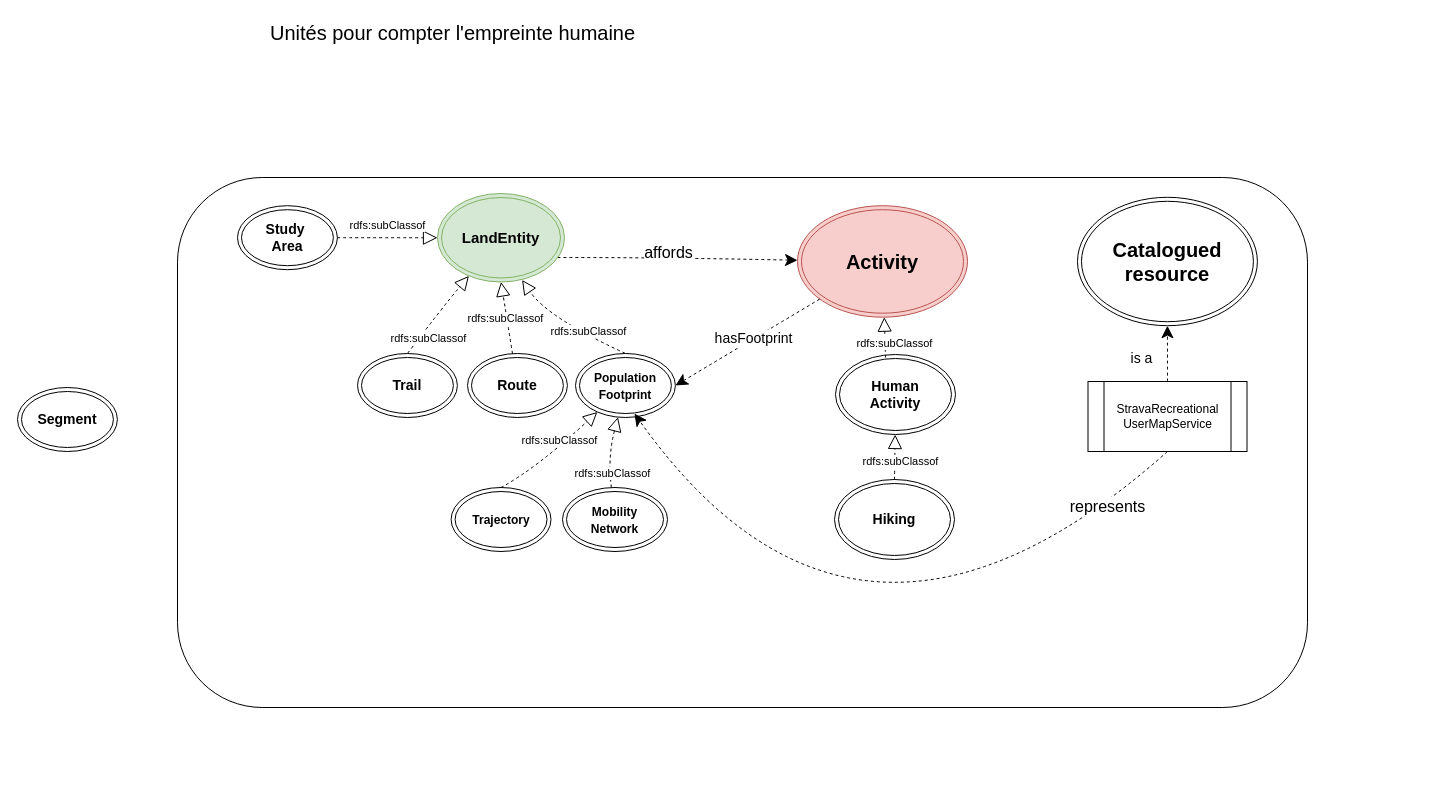
Before: page "figure 6" (6 of 6) of docs/diagrams/model_KG_article_long.drawio in IntForOut/outdoorPressure, a draw.io diagram. Source tidied: cells renumbered, new cells numbered last; positions are measured from the earlier drawing's top-left corner, leaving out a move shared by most shapes. Both pictures are drawn from the tidied source at 100%, with x=0, y=0 at pixel (17, 17).
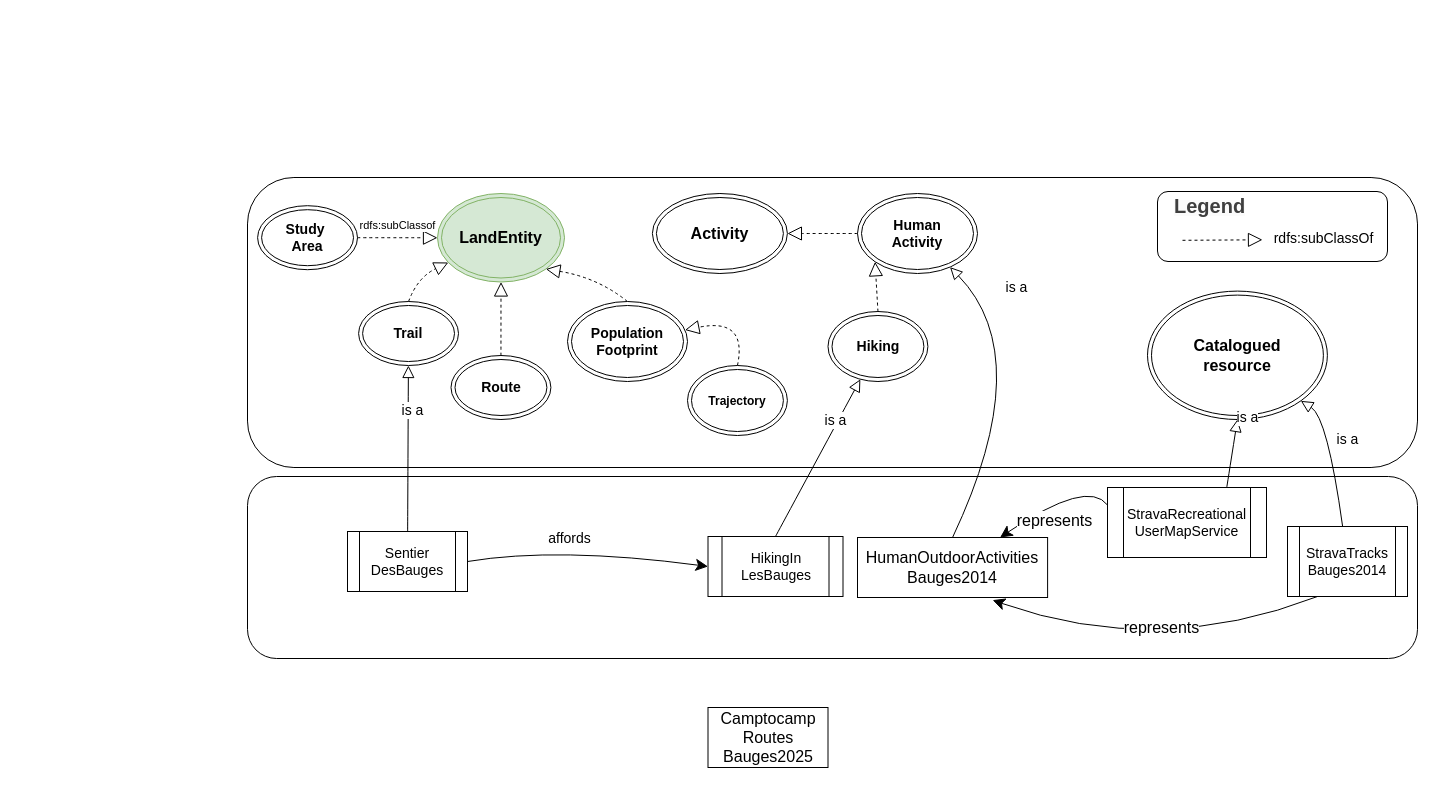
After the change.

Commit message:
Mettre à jour model_KG_article_long.drawio

The change refers to these unchanged cells:
```xml
<mxCell id="18" style="edgeStyle=none;html=1;rounded=0;curved=1;dashed=1;endArrow=block;endFill=0;endSize=12;entryX=0.5;entryY=1;entryDx=0;entryDy=0;" parent="1" edge="1" source="17" target="6">
  <mxGeometry relative="1" as="geometry" />
</mxCell>
```

The edit, as a diff of the source:
```diff
@@
+    <mxCell id="42" style="rounded=1;whiteSpace=wrap;html=1;fillColor=default;arcSize=16;" parent="1" vertex="1">
+      <mxGeometry x="230" y="459" width="1170" height="182" as="geometry" />
+    </mxCell>
     <mxCell id="2" style="rounded=1;whiteSpace=wrap;html=1;fillColor=default;arcSize=16;" parent="1" vertex="1">
-      <mxGeometry x="160" y="160" width="1130" height="530" as="geometry" />
+      <mxGeometry x="230" y="160" width="1170" height="290" as="geometry" />
     </mxCell>
     <mxCell id="3" value="&lt;b&gt;Human&lt;/b&gt;&lt;div&gt;&lt;b&gt;Activity&lt;/b&gt;&lt;/div&gt;" style="ellipse;shape=doubleEllipse;whiteSpace=wrap;html=1;fontSize=14;" parent="1" vertex="1">
-      <mxGeometry x="818" y="337" width="120" height="80" as="geometry" />
+      <mxGeometry x="840" y="176" width="120" height="80" as="geometry" />
     </mxCell>
-    <mxCell id="4" style="edgeStyle=none;html=1;rounded=0;curved=1;dashed=1;endSize=10;" parent="1" edge="1" target="7">
-      <mxGeometry relative="1" as="geometry">
-        <mxPoint x="540" y="240" as="sourcePoint" />
-        <Array as="points">
-          <mxPoint x="650" y="240" />
-        </Array>
-      </mxGeometry>
-    </mxCell>
-    <mxCell id="5" value="&lt;font style=&quot;font-size: 16px;&quot;&gt;&lt;span style=&quot;color: rgb(0, 0, 0);&quot;&gt;affords&lt;/span&gt;&lt;/font&gt;" style="edgeLabel;html=1;align=center;verticalAlign=middle;fontSize=14;" parent="4" vertex="1">
-      <mxGeometry x="0.04" y="11" relative="1" as="geometry">
-        <mxPoint x="-15" y="5" as="offset" />
-      </mxGeometry>
-    </mxCell>
-    <mxCell id="6" value="&lt;b&gt;&lt;font style=&quot;font-size: 15px;&quot;&gt;LandEntity&lt;/font&gt;&lt;/b&gt;" style="ellipse;shape=doubleEllipse;whiteSpace=wrap;html=1;fontSize=14;fillColor=#d5e8d4;strokeColor=#82b366;" parent="1" vertex="1">
+    <mxCell id="6" value="&lt;font style=&quot;font-size: 16px;&quot;&gt;&lt;b&gt;&lt;font&gt;LandEntity&lt;/font&gt;&lt;/b&gt;&lt;/font&gt;" style="ellipse;shape=doubleEllipse;whiteSpace=wrap;html=1;fontSize=14;fillColor=#d5e8d4;strokeColor=#82b366;" parent="1" vertex="1">
       <mxGeometry x="420" y="176" width="127" height="88.5" as="geometry" />
     </mxCell>
-    <mxCell id="7" value="&lt;b&gt;&lt;font style=&quot;font-size: 20px;&quot;&gt;Activity&lt;/font&gt;&lt;/b&gt;" style="ellipse;shape=doubleEllipse;whiteSpace=wrap;html=1;fontSize=14;fillColor=#f8cecc;strokeColor=#b85450;" parent="1" vertex="1">
-      <mxGeometry x="780" y="188.2" width="170" height="111.5" as="geometry" />
+    <mxCell id="7" value="&lt;font style=&quot;font-size: 16px;&quot;&gt;&lt;b&gt;&lt;font&gt;Activity&lt;/font&gt;&lt;/b&gt;&lt;/font&gt;" style="ellipse;shape=doubleEllipse;whiteSpace=wrap;html=1;fontSize=14;" parent="1" vertex="1">
+      <mxGeometry x="634.9" y="176" width="135" height="80" as="geometry" />
     </mxCell>
-    <mxCell id="8" style="edgeStyle=none;html=1;exitX=0.417;exitY=0.038;exitDx=0;exitDy=0;rounded=0;curved=1;dashed=1;endArrow=block;endFill=0;labelBackgroundColor=default;exitPerimeter=0;endSize=12;" parent="1" edge="1" source="3" target="7">
+    <mxCell id="8" style="edgeStyle=none;html=1;rounded=0;curved=1;dashed=1;endArrow=block;endFill=0;labelBackgroundColor=default;endSize=12;" parent="1" edge="1" source="3" target="7">
       <mxGeometry relative="1" as="geometry" />
     </mxCell>
-    <mxCell id="9" value="&lt;font&gt;rdfs:subClassof&lt;/font&gt;" style="edgeLabel;html=1;align=center;verticalAlign=middle;fontSize=11;" parent="8" vertex="1">
-      <mxGeometry x="-0.3" y="4" relative="1" as="geometry">
-        <mxPoint x="13" y="-1" as="offset" />
-      </mxGeometry>
-    </mxCell>
-    <mxCell id="10" style="group;rounded=1;" parent="1" vertex="1">
-      <mxGeometry x="240" width="440" height="36.2" as="geometry" />
-    </mxCell>
-    <mxCell id="11" value="Unités pour compter l'empreinte humaine" style="text;html=1;whiteSpace=wrap;strokeColor=none;fillColor=none;align=left;verticalAlign=middle;rounded=0;fontSize=20;" parent="10" vertex="1">
-      <mxGeometry x="11.2" y="10.7" width="428.8" height="9" as="geometry" />
-    </mxCell>
-    <mxCell id="12" style="edgeStyle=none;html=1;rounded=0;curved=1;dashed=1;endArrow=block;endFill=0;exitX=0.5;exitY=0;exitDx=0;exitDy=0;entryX=0.666;entryY=0.977;entryDx=0;entryDy=0;entryPerimeter=0;endSize=12;" parent="1" edge="1" source="14" target="6">
+    <mxCell id="12" style="edgeStyle=none;html=1;rounded=0;curved=1;dashed=1;endArrow=block;endFill=0;exitX=0.5;exitY=0;exitDx=0;exitDy=0;entryX=1;entryY=1;entryDx=0;entryDy=0;endSize=12;" parent="1" edge="1" source="14" target="6">
       <mxGeometry relative="1" as="geometry">
         <Array as="points">
-          <mxPoint x="530" y="300" />
+          <mxPoint x="580" y="260" />
         </Array>
       </mxGeometry>
     </mxCell>
-    <mxCell id="13" value="&lt;font&gt;rdfs:subClassof&lt;/font&gt;" style="edgeLabel;html=1;align=center;verticalAlign=middle;fontSize=11;" parent="12" vertex="1">
-      <mxGeometry x="0.03" y="2" relative="1" as="geometry">
-        <mxPoint x="25" y="4" as="offset" />
-      </mxGeometry>
-    </mxCell>
-    <mxCell id="14" value="&lt;b&gt;&lt;font style=&quot;font-size: 12px;&quot;&gt;Population&lt;/font&gt;&lt;/b&gt;&lt;div&gt;&lt;b&gt;&lt;font style=&quot;font-size: 12px;&quot;&gt;Footprint&lt;/font&gt;&lt;/b&gt;&lt;/div&gt;" style="ellipse;shape=doubleEllipse;whiteSpace=wrap;html=1;fontSize=14;" parent="1" vertex="1">
-      <mxGeometry x="558" y="336" width="99.9" height="64" as="geometry" />
+    <mxCell id="14" value="&lt;font&gt;&lt;b&gt;&lt;font&gt;Population&lt;/font&gt;&lt;/b&gt;&lt;/font&gt;&lt;div&gt;&lt;font&gt;&lt;b&gt;&lt;font&gt;Footprint&lt;/font&gt;&lt;/b&gt;&lt;/font&gt;&lt;/div&gt;" style="ellipse;shape=doubleEllipse;whiteSpace=wrap;html=1;fontSize=14;" parent="1" vertex="1">
+      <mxGeometry x="550" y="284" width="120" height="80" as="geometry" />
     </mxCell>
-    <mxCell id="15" style="edgeStyle=none;html=1;entryX=1;entryY=0.5;entryDx=0;entryDy=0;dashed=1;rounded=0;curved=1;endSize=10;" parent="1" edge="1" source="7" target="14">
-      <mxGeometry relative="1" as="geometry" />
-    </mxCell>
-    <mxCell id="16" value="&lt;font style=&quot;font-size: 14px;&quot;&gt;hasFootprint&lt;/font&gt;" style="edgeLabel;html=1;align=center;verticalAlign=middle;" parent="15" vertex="1">
-      <mxGeometry x="-0.14" y="-1" relative="1" as="geometry">
-        <mxPoint x="-4" y="3" as="offset" />
-      </mxGeometry>
-    </mxCell>
     <mxCell id="17" value="&lt;b&gt;Route&lt;/b&gt;" style="ellipse;shape=doubleEllipse;whiteSpace=wrap;html=1;fontSize=14;" parent="1" vertex="1">
-      <mxGeometry x="450" y="336" width="99.9" height="64" as="geometry" />
+      <mxGeometry x="433.5" y="338" width="99.9" height="64" as="geometry" />
     </mxCell>
@@
-    <mxCell id="19" value="&lt;font&gt;rdfs:subClassof&lt;/font&gt;" style="edgeLabel;html=1;align=center;verticalAlign=middle;fontSize=11;" parent="18" vertex="1">
-      <mxGeometry x="0.03" y="2" relative="1" as="geometry">
-        <mxPoint y="1" as="offset" />
-      </mxGeometry>
-    </mxCell>
-    <mxCell id="20" value="&lt;div&gt;&lt;b&gt;Segment&lt;/b&gt;&lt;/div&gt;" style="ellipse;shape=doubleEllipse;whiteSpace=wrap;html=1;fontSize=14;" parent="1" vertex="1">
-      <mxGeometry y="370" width="99.9" height="64" as="geometry" />
-    </mxCell>
     <mxCell id="21" value="&lt;b&gt;Trail&lt;/b&gt;" style="ellipse;shape=doubleEllipse;whiteSpace=wrap;html=1;fontSize=14;" parent="1" vertex="1">
-      <mxGeometry x="340" y="336" width="99.9" height="64" as="geometry" />
+      <mxGeometry x="341.1" y="284" width="99.9" height="64" as="geometry" />
     </mxCell>
     <mxCell id="22" style="edgeStyle=none;html=1;rounded=0;curved=1;dashed=1;endArrow=block;endFill=0;endSize=12;exitX=0.5;exitY=0;exitDx=0;exitDy=0;" parent="1" edge="1" source="21" target="6">
       <mxGeometry relative="1" as="geometry">
         <Array as="points">
-          <mxPoint x="424.9" y="290" />
+          <mxPoint x="400" y="260" />
         </Array>
       </mxGeometry>
     </mxCell>
-    <mxCell id="23" value="&lt;font&gt;rdfs:subClassof&lt;/font&gt;" style="edgeLabel;html=1;align=center;verticalAlign=middle;fontSize=11;" parent="22" vertex="1">
-      <mxGeometry x="0.03" y="2" relative="1" as="geometry">
-        <mxPoint x="-9" y="26" as="offset" />
-      </mxGeometry>
-    </mxCell>
     <mxCell id="24" value="&lt;font style=&quot;font-size: 12px;&quot;&gt;&lt;b&gt;Trajectory&lt;/b&gt;&lt;/font&gt;" style="ellipse;shape=doubleEllipse;whiteSpace=wrap;html=1;fontSize=14;" parent="1" vertex="1">
-      <mxGeometry x="433.6" y="470" width="99.9" height="64" as="geometry" />
+      <mxGeometry x="670" y="348" width="99.9" height="70" as="geometry" />
     </mxCell>
-    <mxCell id="25" value="&lt;div&gt;&lt;font style=&quot;font-size: 12px;&quot;&gt;&lt;b&gt;Mobility&lt;/b&gt;&lt;/font&gt;&lt;/div&gt;&lt;div&gt;&lt;font style=&quot;font-size: 12px;&quot;&gt;&lt;b&gt;Network&lt;/b&gt;&lt;/font&gt;&lt;/div&gt;" style="ellipse;shape=doubleEllipse;whiteSpace=wrap;html=1;fontSize=14;" parent="1" vertex="1">
-      <mxGeometry x="545" y="470" width="105" height="64" as="geometry" />
-    </mxCell>
-    <mxCell id="26" style="edgeStyle=none;html=1;rounded=0;curved=1;dashed=1;endArrow=block;endFill=0;endSize=12;" parent="1" edge="1" source="25" target="14">
-      <mxGeometry relative="1" as="geometry">
-        <Array as="points">
-          <mxPoint x="590" y="440" />
-        </Array>
-      </mxGeometry>
-    </mxCell>
-    <mxCell id="27" value="&lt;font&gt;rdfs:subClassof&lt;/font&gt;" style="edgeLabel;html=1;align=center;verticalAlign=middle;fontSize=11;" parent="26" vertex="1">
-      <mxGeometry x="0.03" y="2" relative="1" as="geometry">
-        <mxPoint x="5" y="22" as="offset" />
-      </mxGeometry>
-    </mxCell>
     <mxCell id="28" value="&lt;div&gt;&lt;b&gt;Study&amp;nbsp;&lt;/b&gt;&lt;/div&gt;&lt;div&gt;&lt;b&gt;Area&lt;/b&gt;&lt;/div&gt;" style="ellipse;shape=doubleEllipse;whiteSpace=wrap;html=1;fontSize=14;" parent="1" vertex="1">
-      <mxGeometry x="220" y="188.2" width="99.9" height="64" as="geometry" />
+      <mxGeometry x="240.1" y="188.2" width="99.9" height="64" as="geometry" />
     </mxCell>
@@
-    <mxCell id="31" value="&lt;b&gt;Hiking&lt;/b&gt;" style="ellipse;shape=doubleEllipse;whiteSpace=wrap;html=1;fontSize=14;" parent="1" vertex="1">
-      <mxGeometry x="817" y="462" width="120" height="80" as="geometry" />
-    </mxCell>
-    <mxCell id="32" style="edgeStyle=none;html=1;rounded=0;curved=1;dashed=1;endArrow=block;endFill=0;labelBackgroundColor=default;endSize=12;" parent="1" edge="1" source="31" target="3">
-      <mxGeometry relative="1" as="geometry" />
-    </mxCell>
-    <mxCell id="33" value="&lt;font&gt;rdfs:subClassof&lt;/font&gt;" style="edgeLabel;html=1;align=center;verticalAlign=middle;fontSize=11;" parent="32" vertex="1">
-      <mxGeometry x="-0.3" y="4" relative="1" as="geometry">
-        <mxPoint x="9" y="-2" as="offset" />
-      </mxGeometry>
-    </mxCell>
     <mxCell id="34" style="edgeStyle=none;html=1;rounded=0;curved=1;dashed=1;endArrow=block;endFill=0;endSize=12;exitX=0.5;exitY=0;exitDx=0;exitDy=0;" parent="1" edge="1" source="24" target="14">
       <mxGeometry relative="1" as="geometry">
         <Array as="points">
-          <mxPoint x="520" y="450" />
+          <mxPoint x="730" y="300" />
         </Array>
       </mxGeometry>
     </mxCell>
-    <mxCell id="35" value="&lt;font&gt;rdfs:subClassof&lt;/font&gt;" style="edgeLabel;html=1;align=center;verticalAlign=middle;fontSize=11;" parent="34" vertex="1">
-      <mxGeometry x="0.03" y="2" relative="1" as="geometry">
-        <mxPoint x="7" y="-11" as="offset" />
-      </mxGeometry>
-    </mxCell>
-    <mxCell id="36" value="&lt;b&gt;&lt;font style=&quot;font-size: 20px;&quot;&gt;Catalogued &lt;br&gt;resource&lt;/font&gt;&lt;/b&gt;" style="ellipse;shape=doubleEllipse;whiteSpace=wrap;html=1;fontSize=14;fillColor=none;" parent="1" vertex="1">
-      <mxGeometry x="1060" y="179.8" width="179.9" height="128.4" as="geometry" />
+    <mxCell id="36" value="&lt;font style=&quot;font-size: 16px;&quot;&gt;&lt;b&gt;&lt;font&gt;Catalogued &lt;br&gt;resource&lt;/font&gt;&lt;/b&gt;&lt;/font&gt;" style="ellipse;shape=doubleEllipse;whiteSpace=wrap;html=1;fontSize=14;fillColor=none;" parent="1" vertex="1">
+      <mxGeometry x="1130" y="273.6" width="179.9" height="128.4" as="geometry" />
     </mxCell>
-    <mxCell id="37" value="&lt;div&gt;StravaRecreational&lt;/div&gt;&lt;div&gt;UserMapService&lt;/div&gt;" style="shape=process;whiteSpace=wrap;html=1;backgroundOutline=1;" parent="1" vertex="1">
-      <mxGeometry x="1070.5" y="364" width="159" height="70" as="geometry" />
+    <mxCell id="37" value="&lt;div&gt;&lt;font style=&quot;font-size: 14px;&quot;&gt;StravaRecreational&lt;/font&gt;&lt;/div&gt;&lt;div&gt;&lt;font style=&quot;font-size: 14px;&quot;&gt;UserMapService&lt;/font&gt;&lt;/div&gt;" style="shape=process;whiteSpace=wrap;html=1;backgroundOutline=1;" parent="1" vertex="1">
+      <mxGeometry x="1090" y="470" width="159" height="70" as="geometry" />
     </mxCell>
-    <mxCell id="38" style="edgeStyle=none;html=1;rounded=0;curved=1;dashed=1;endSize=10;exitX=0.5;exitY=0;exitDx=0;exitDy=0;entryX=0.5;entryY=1;entryDx=0;entryDy=0;" parent="1" edge="1" source="37" target="36">
+    <mxCell id="38" style="edgeStyle=none;html=1;rounded=0;curved=1;endSize=10;exitX=0.75;exitY=0;exitDx=0;exitDy=0;entryX=0.5;entryY=1;entryDx=0;entryDy=0;endArrow=block;endFill=0;" parent="1" edge="1" source="37" target="36">
       <mxGeometry relative="1" as="geometry" />
     </mxCell>
     <mxCell id="39" value="is a" style="edgeLabel;html=1;align=center;verticalAlign=middle;fontSize=14;" parent="38" vertex="1">
       <mxGeometry x="0.04" y="11" relative="1" as="geometry">
-        <mxPoint x="-15" y="5" as="offset" />
+        <mxPoint x="26" y="-33" as="offset" />
       </mxGeometry>
     </mxCell>
-    <mxCell id="40" style="edgeStyle=none;html=1;exitX=0.5;exitY=1;exitDx=0;exitDy=0;entryX=0.59;entryY=0.938;entryDx=0;entryDy=0;rounded=0;curved=1;dashed=1;endSize=10;entryPerimeter=0;" parent="1" edge="1" source="37" target="14">
+    <mxCell id="40" style="edgeStyle=none;html=1;entryX=0.75;entryY=0;entryDx=0;entryDy=0;rounded=0;curved=1;endSize=10;exitX=0;exitY=0.25;exitDx=0;exitDy=0;" parent="1" edge="1" source="37" target="61">
       <mxGeometry relative="1" as="geometry">
         <Array as="points">
-          <mxPoint x="840" y="710" />
+          <mxPoint x="1070" y="461" />
         </Array>
       </mxGeometry>
     </mxCell>
     <mxCell id="41" value="&lt;font style=&quot;color: rgb(0, 0, 0); font-size: 16px;&quot;&gt;represents&lt;/font&gt;" style="edgeLabel;html=1;align=center;verticalAlign=middle;fontSize=14;fontColor=#FF0000;" parent="40" vertex="1">
       <mxGeometry x="0.3" y="13" relative="1" as="geometry">
-        <mxPoint x="321" y="-143" as="offset" />
+        <mxPoint x="6" y="-1" as="offset" />
       </mxGeometry>
     </mxCell>
+    <mxCell id="43" value="&lt;div&gt;&lt;font style=&quot;font-size: 14px;&quot;&gt;StravaTracks&lt;/font&gt;&lt;/div&gt;&lt;div&gt;&lt;font style=&quot;font-size: 14px;&quot;&gt;Bauges2014&lt;/font&gt;&lt;/div&gt;" style="shape=process;whiteSpace=wrap;html=1;backgroundOutline=1;" parent="1" vertex="1">
+      <mxGeometry x="1270" y="509" width="120" height="70" as="geometry" />
+    </mxCell>
+    <mxCell id="44" style="edgeStyle=none;html=1;rounded=0;curved=1;endSize=10;entryX=1;entryY=1;entryDx=0;entryDy=0;endArrow=block;endFill=0;" parent="1" edge="1" source="43" target="36">
+      <mxGeometry relative="1" as="geometry">
+        <Array as="points">
+          <mxPoint x="1310" y="400" />
+        </Array>
+      </mxGeometry>
+    </mxCell>
+    <mxCell id="45" value="is a" style="edgeLabel;html=1;align=center;verticalAlign=middle;fontSize=14;" parent="44" vertex="1">
+      <mxGeometry x="0.04" y="11" relative="1" as="geometry">
+        <mxPoint x="25" y="-16" as="offset" />
+      </mxGeometry>
+    </mxCell>
+    <mxCell id="46" style="edgeStyle=none;html=1;exitX=0.25;exitY=1;exitDx=0;exitDy=0;rounded=0;curved=1;endSize=10;entryX=0.711;entryY=1.044;entryDx=0;entryDy=0;entryPerimeter=0;" parent="1" edge="1" source="43" target="61">
+      <mxGeometry relative="1" as="geometry">
+        <Array as="points">
+          <mxPoint x="1140" y="641" />
+        </Array>
+      </mxGeometry>
+    </mxCell>
+    <mxCell id="47" value="&lt;font style=&quot;color: rgb(0, 0, 0); font-size: 16px;&quot;&gt;represents&lt;/font&gt;" style="edgeLabel;html=1;align=center;verticalAlign=middle;fontSize=14;fontColor=#FF0000;" parent="46" vertex="1">
+      <mxGeometry x="0.3" y="13" relative="1" as="geometry">
+        <mxPoint x="58" y="-26" as="offset" />
+      </mxGeometry>
+    </mxCell>
+    <mxCell id="48" style="edgeStyle=none;html=1;rounded=0;curved=1;endSize=10;exitX=0.5;exitY=0;exitDx=0;exitDy=0;endArrow=block;endFill=0;" parent="1" edge="1" source="61" target="3">
+      <mxGeometry relative="1" as="geometry">
+        <Array as="points">
+          <mxPoint x="1020" y="340" />
+        </Array>
+      </mxGeometry>
+    </mxCell>
+    <mxCell id="49" value="is a" style="edgeLabel;html=1;align=center;verticalAlign=middle;fontSize=14;" parent="48" vertex="1">
+      <mxGeometry x="0.04" y="11" relative="1" as="geometry">
+        <mxPoint x="1" y="-93" as="offset" />
+      </mxGeometry>
+    </mxCell>
+    <mxCell id="50" style="rounded=1;whiteSpace=wrap;html=1;fillColor=default;" parent="1" vertex="1">
+      <mxGeometry x="1140" y="174" width="230" height="70" as="geometry" />
+    </mxCell>
+    <mxCell id="51" style="edgeStyle=none;html=1;dashed=1;endArrow=block;endFill=0;endSize=12;" parent="1" edge="1">
+      <mxGeometry relative="1" as="geometry">
+        <mxPoint x="1165" y="222.8" as="sourcePoint" />
+        <mxPoint x="1245" y="222.3" as="targetPoint" />
+      </mxGeometry>
+    </mxCell>
+    <mxCell id="52" value="&lt;font style=&quot;font-size: 14px;&quot;&gt;rdfs:subClassOf&lt;/font&gt;" style="edgeLabel;html=1;align=center;verticalAlign=middle;" parent="1" vertex="1">
+      <mxGeometry x="1305" y="220" as="geometry" />
+    </mxCell>
+    <mxCell id="53" value="&lt;b style=&quot;forced-color-adjust: none; color: rgb(63, 63, 63); scrollbar-color: rgb(226, 226, 226) rgb(251, 251, 251); font-family: Helvetica; font-size: 14px; font-style: normal; font-variant-ligatures: normal; font-variant-caps: normal; letter-spacing: normal; orphans: 2; text-align: center; text-indent: 0px; text-transform: none; widows: 2; word-spacing: 0px; -webkit-text-stroke-width: 0px; white-space: normal; background-color: rgb(251, 251, 251); text-decoration-thickness: initial; text-decoration-style: initial; text-decoration-color: initial;&quot;&gt;&lt;font style=&quot;forced-color-adjust: none; color: rgb(63, 63, 63); scrollbar-color: rgb(226, 226, 226) rgb(251, 251, 251); font-size: 20px;&quot;&gt;Legend&lt;/font&gt;&lt;/b&gt;" style="text;whiteSpace=wrap;html=1;" parent="1" vertex="1">
+      <mxGeometry x="1155" y="170" width="110" height="50" as="geometry" />
+    </mxCell>
+    <mxCell id="54" value="&lt;div&gt;&lt;font style=&quot;font-size: 14px;&quot;&gt;Sentier&lt;/font&gt;&lt;/div&gt;&lt;div&gt;&lt;font style=&quot;font-size: 14px;&quot;&gt;DesBauges&lt;/font&gt;&lt;/div&gt;" style="shape=process;whiteSpace=wrap;html=1;backgroundOutline=1;" parent="1" vertex="1">
+      <mxGeometry x="330" y="514" width="120" height="60" as="geometry" />
+    </mxCell>
+    <mxCell id="55" style="edgeStyle=none;html=1;rounded=0;curved=1;endSize=10;endArrow=block;endFill=0;" parent="1" edge="1" source="54" target="21">
+      <mxGeometry relative="1" as="geometry" />
+    </mxCell>
+    <mxCell id="56" value="is a" style="edgeLabel;html=1;align=center;verticalAlign=middle;fontSize=14;" parent="55" vertex="1">
+      <mxGeometry x="0.04" y="11" relative="1" as="geometry">
+        <mxPoint x="15" y="-35" as="offset" />
+      </mxGeometry>
+    </mxCell>
+    <mxCell id="57" value="&lt;div&gt;&lt;font style=&quot;font-size: 14px;&quot;&gt;HikingIn&lt;/font&gt;&lt;/div&gt;&lt;div&gt;&lt;font style=&quot;font-size: 14px;&quot;&gt;LesBauges&lt;/font&gt;&lt;/div&gt;" style="shape=process;whiteSpace=wrap;html=1;backgroundOutline=1;" parent="1" vertex="1">
+      <mxGeometry x="690.5" y="519" width="135" height="60" as="geometry" />
+    </mxCell>
+    <mxCell id="31" value="&lt;b&gt;Hiking&lt;/b&gt;" style="ellipse;shape=doubleEllipse;whiteSpace=wrap;html=1;fontSize=14;" parent="1" vertex="1">
+      <mxGeometry x="810.5" y="294" width="99.9" height="70" as="geometry" />
+    </mxCell>
+    <mxCell id="32" style="edgeStyle=none;html=1;rounded=0;curved=1;dashed=1;endArrow=block;endFill=0;labelBackgroundColor=default;endSize=12;exitX=0.5;exitY=0;exitDx=0;exitDy=0;entryX=0;entryY=1;entryDx=0;entryDy=0;" parent="1" edge="1" source="31" target="3">
+      <mxGeometry relative="1" as="geometry" />
+    </mxCell>
+    <mxCell id="58" style="edgeStyle=none;html=1;rounded=0;curved=1;endSize=10;exitX=0.5;exitY=0;exitDx=0;exitDy=0;endArrow=block;endFill=0;" parent="1" edge="1" source="57" target="31">
+      <mxGeometry relative="1" as="geometry" />
+    </mxCell>
+    <mxCell id="59" value="is a" style="edgeLabel;html=1;align=center;verticalAlign=middle;fontSize=14;" parent="58" vertex="1">
+      <mxGeometry x="0.04" y="11" relative="1" as="geometry">
+        <mxPoint x="25" y="-29" as="offset" />
+      </mxGeometry>
+    </mxCell>
+    <mxCell id="60" style="edgeStyle=none;html=1;entryX=0;entryY=0.5;entryDx=0;entryDy=0;rounded=0;curved=1;endSize=10;exitX=1;exitY=0.5;exitDx=0;exitDy=0;" parent="1" edge="1" source="54" target="57">
+      <mxGeometry relative="1" as="geometry">
+        <Array as="points">
+          <mxPoint x="540" y="529" />
+        </Array>
+      </mxGeometry>
+    </mxCell>
+    <mxCell id="5" value="&lt;font style=&quot;font-size: 14px;&quot;&gt;affords&lt;/font&gt;" style="edgeLabel;html=1;align=center;verticalAlign=middle;" parent="60" vertex="1">
+      <mxGeometry x="0.24" y="24" relative="1" as="geometry">
+        <mxPoint x="-51" y="7" as="offset" />
+      </mxGeometry>
+    </mxCell>
+    <mxCell id="61" value="&lt;div&gt;&lt;font style=&quot;font-size: 16px;&quot;&gt;HumanOutdoorActivities&lt;/font&gt;&lt;/div&gt;&lt;div&gt;&lt;font style=&quot;font-size: 16px;&quot;&gt;Bauges2014&lt;/font&gt;&lt;/div&gt;" style="rounded=0;whiteSpace=wrap;html=1;" parent="1" vertex="1">
+      <mxGeometry x="840" y="520" width="190.1" height="60" as="geometry" />
+    </mxCell>
+    <mxCell id="62" value="&lt;div&gt;&lt;font style=&quot;font-size: 16px;&quot;&gt;Camptocamp&lt;/font&gt;&lt;/div&gt;&lt;div&gt;&lt;font style=&quot;font-size: 16px;&quot;&gt;Routes&lt;/font&gt;&lt;/div&gt;&lt;div&gt;&lt;font style=&quot;font-size: 16px;&quot;&gt;Bauges2025&lt;/font&gt;&lt;/div&gt;" style="rounded=0;whiteSpace=wrap;html=1;" parent="1" vertex="1">
+      <mxGeometry x="690.5" y="690" width="120" height="60" as="geometry" />
+    </mxCell>
```
